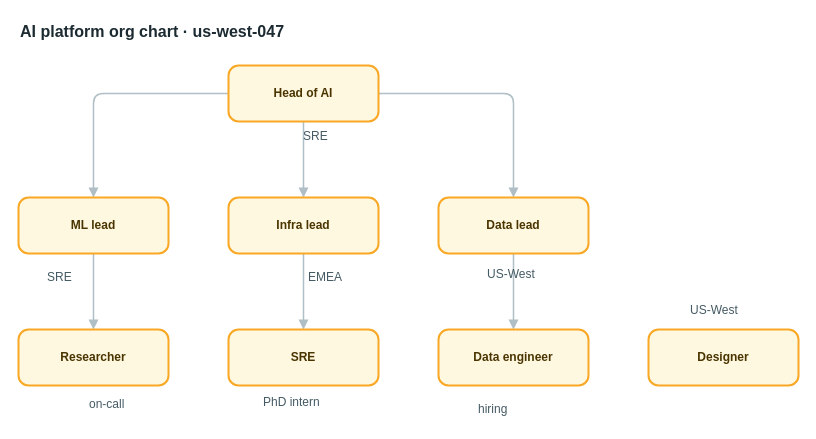
Above: apps/web/public/samples/library/047-ai-platform-org-chart.drawio in AryanG01/open-apprentice (draw.io), before the change. Source tidied: cells renumbered, new cells numbered last; positions are measured from the earlier drawing's top-left corner, leaving out a move shared by most shapes. Both pictures are drawn from the tidied source at 100%, with x=0, y=0 at pixel (18, 17).
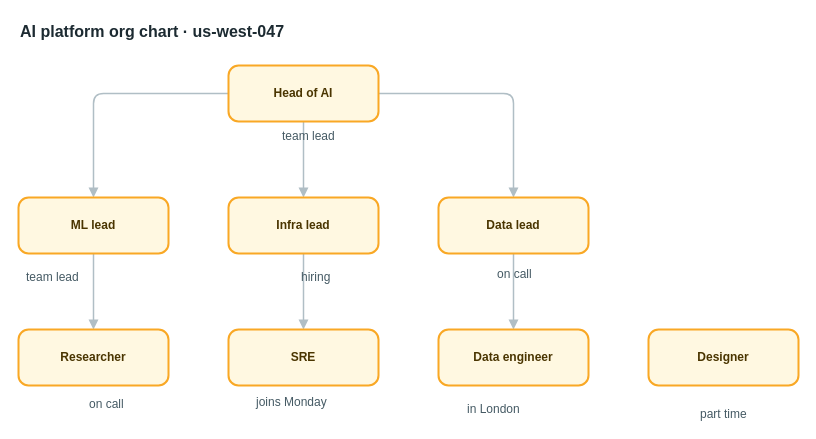
Above is the later version.

The edit, as a diff of the source:
```diff
@@
-    <mxCell id="17" value="SRE" style="text;html=1;align=left;verticalAlign=top;whiteSpace=nowrap;spacing=0;spacingTop=0;strokeColor=none;fillColor=none;fontSize=12;fontColor=#455a64;" parent="1" vertex="1">
-      <mxGeometry x="285" y="107" width="33" height="20" as="geometry" />
+    <mxCell id="17" value="team lead" style="text;html=1;align=left;verticalAlign=top;whiteSpace=nowrap;spacing=0;spacingTop=0;strokeColor=none;fillColor=none;fontSize=12;fontColor=#455a64;" parent="1" vertex="1">
+      <mxGeometry x="264" y="107" width="75" height="20" as="geometry" />
     </mxCell>
-    <mxCell id="18" value="SRE" style="text;html=1;align=left;verticalAlign=top;whiteSpace=nowrap;spacing=0;spacingTop=0;strokeColor=none;fillColor=none;fontSize=12;fontColor=#455a64;" parent="1" vertex="1">
-      <mxGeometry x="29" y="248" width="33" height="20" as="geometry" />
+    <mxCell id="18" value="team lead" style="text;html=1;align=left;verticalAlign=top;whiteSpace=nowrap;spacing=0;spacingTop=0;strokeColor=none;fillColor=none;fontSize=12;fontColor=#455a64;" parent="1" vertex="1">
+      <mxGeometry x="8" y="248" width="75" height="20" as="geometry" />
     </mxCell>
-    <mxCell id="19" value="EMEA" style="text;html=1;align=left;verticalAlign=top;whiteSpace=nowrap;spacing=0;spacingTop=0;strokeColor=none;fillColor=none;fontSize=12;fontColor=#455a64;" parent="1" vertex="1">
-      <mxGeometry x="290" y="248" width="40" height="20" as="geometry" />
+    <mxCell id="19" value="hiring" style="text;html=1;align=left;verticalAlign=top;whiteSpace=nowrap;spacing=0;spacingTop=0;strokeColor=none;fillColor=none;fontSize=12;fontColor=#455a64;" parent="1" vertex="1">
+      <mxGeometry x="283" y="248" width="54" height="20" as="geometry" />
     </mxCell>
-    <mxCell id="20" value="US-West" style="text;html=1;align=left;verticalAlign=top;whiteSpace=nowrap;spacing=0;spacingTop=0;strokeColor=none;fillColor=none;fontSize=12;fontColor=#455a64;" parent="1" vertex="1">
-      <mxGeometry x="469" y="245" width="61" height="20" as="geometry" />
+    <mxCell id="20" value="on call" style="text;html=1;align=left;verticalAlign=top;whiteSpace=nowrap;spacing=0;spacingTop=0;strokeColor=none;fillColor=none;fontSize=12;fontColor=#455a64;" parent="1" vertex="1">
+      <mxGeometry x="479" y="245" width="61" height="20" as="geometry" />
     </mxCell>
-    <mxCell id="21" value="on-call" style="text;html=1;align=left;verticalAlign=top;whiteSpace=nowrap;spacing=0;spacingTop=0;strokeColor=none;fillColor=none;fontSize=12;fontColor=#455a64;" parent="1" vertex="1">
+    <mxCell id="21" value="on call" style="text;html=1;align=left;verticalAlign=top;whiteSpace=nowrap;spacing=0;spacingTop=0;strokeColor=none;fillColor=none;fontSize=12;fontColor=#455a64;" parent="1" vertex="1">
       <mxGeometry x="71" y="375" width="61" height="20" as="geometry" />
     </mxCell>
-    <mxCell id="22" value="PhD intern" style="text;html=1;align=left;verticalAlign=top;whiteSpace=nowrap;spacing=0;spacingTop=0;strokeColor=none;fillColor=none;fontSize=12;fontColor=#455a64;" parent="1" vertex="1">
-      <mxGeometry x="245" y="373" width="82" height="20" as="geometry" />
+    <mxCell id="22" value="joins Monday" style="text;html=1;align=left;verticalAlign=top;whiteSpace=nowrap;spacing=0;spacingTop=0;strokeColor=none;fillColor=none;fontSize=12;fontColor=#455a64;" parent="1" vertex="1">
+      <mxGeometry x="238" y="373" width="96" height="20" as="geometry" />
     </mxCell>
-    <mxCell id="23" value="hiring" style="text;html=1;align=left;verticalAlign=top;whiteSpace=nowrap;spacing=0;spacingTop=0;strokeColor=none;fillColor=none;fontSize=12;fontColor=#455a64;" parent="1" vertex="1">
-      <mxGeometry x="460" y="380" width="54" height="20" as="geometry" />
+    <mxCell id="23" value="in London" style="text;html=1;align=left;verticalAlign=top;whiteSpace=nowrap;spacing=0;spacingTop=0;strokeColor=none;fillColor=none;fontSize=12;fontColor=#455a64;" parent="1" vertex="1">
+      <mxGeometry x="449" y="380" width="75" height="20" as="geometry" />
     </mxCell>
-    <mxCell id="24" value="US-West" style="text;html=1;align=left;verticalAlign=top;whiteSpace=nowrap;spacing=0;spacingTop=0;strokeColor=none;fillColor=none;fontSize=12;fontColor=#455a64;" parent="1" vertex="1">
-      <mxGeometry x="672" y="281" width="61" height="20" as="geometry" />
+    <mxCell id="24" value="part time" style="text;html=1;align=left;verticalAlign=top;whiteSpace=nowrap;spacing=0;spacingTop=0;strokeColor=none;fillColor=none;fontSize=12;fontColor=#455a64;" parent="1" vertex="1">
+      <mxGeometry x="682" y="385" width="75" height="20" as="geometry" />
     </mxCell>
```
